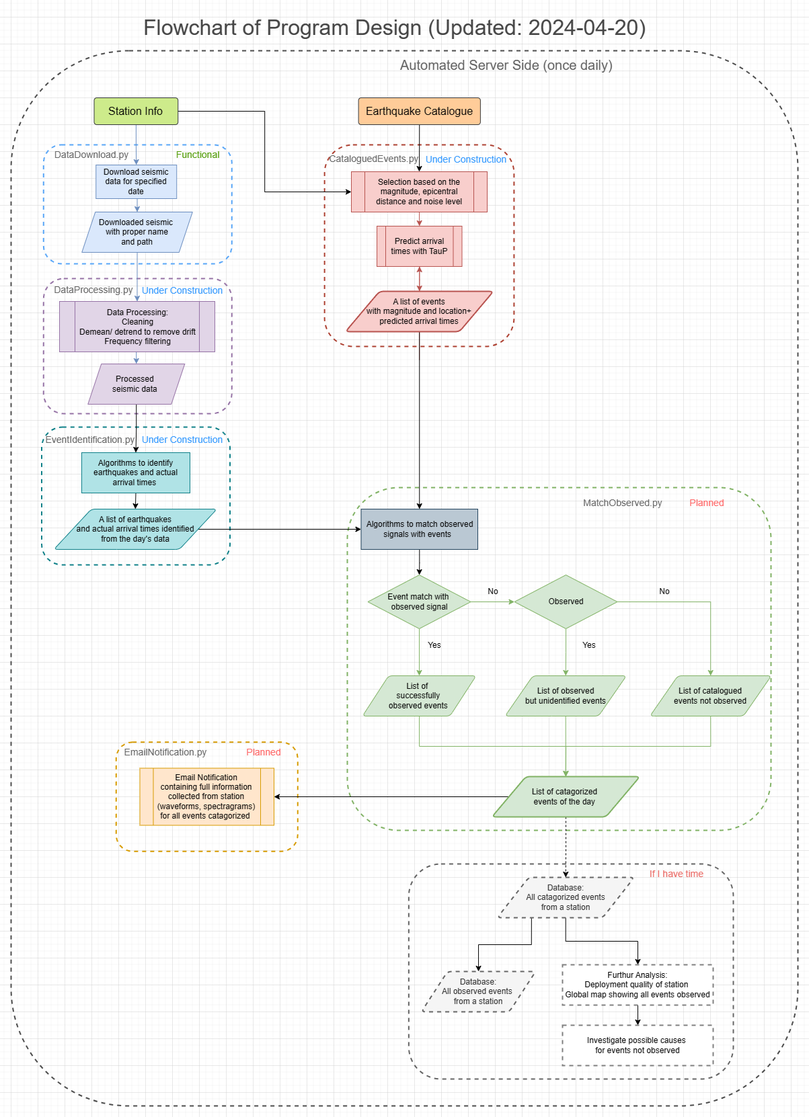
The draw.io diagram Flowchart.drawio.png in QingyuanZhangTony/Earthquake-Identification-And-Notification, before a commit. Source tidied: cells renumbered, new cells last; positions are measured from the earlier drawing's top-left corner, leaving out a move shared by most shapes.
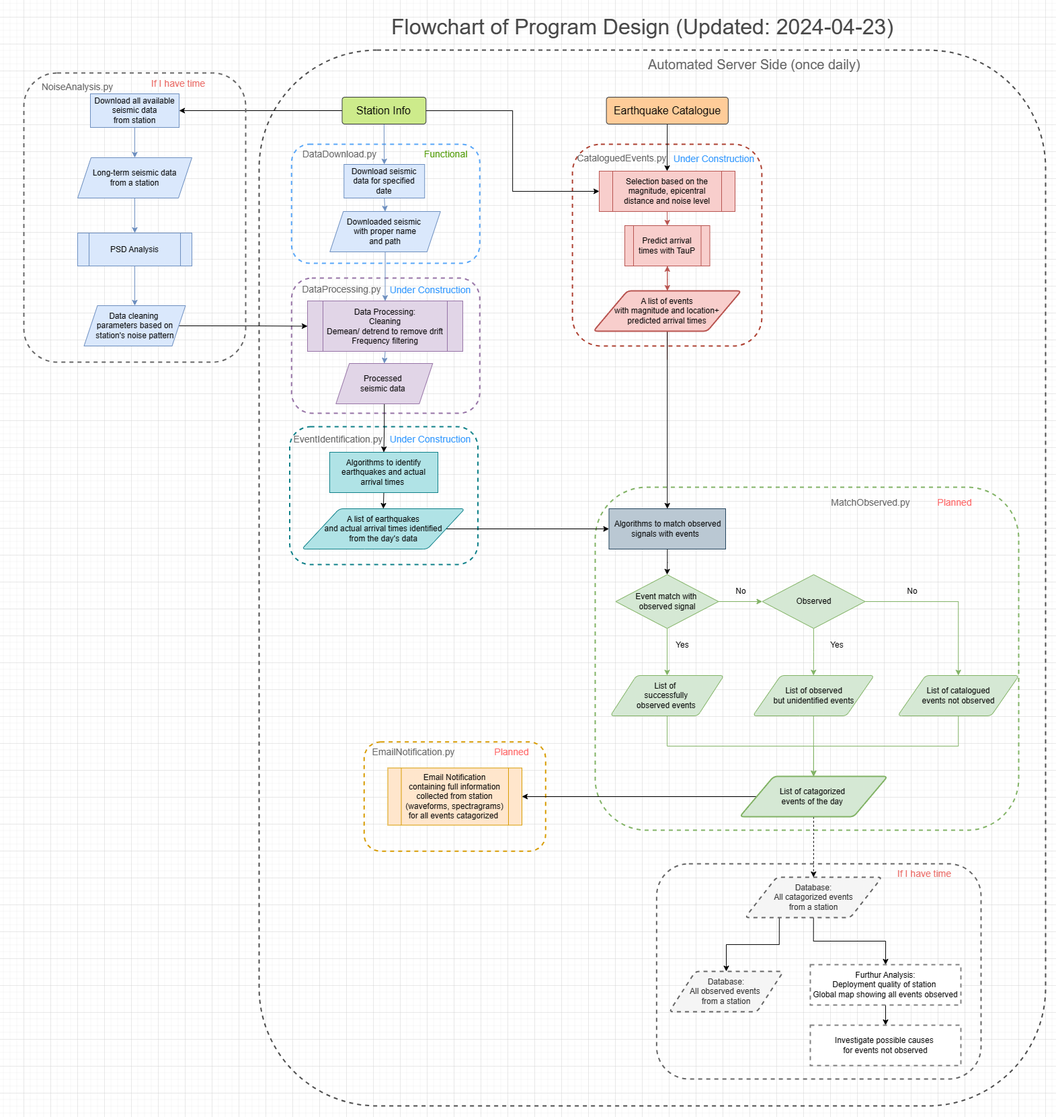
After the change.

What changed in the source:
```diff
@@ -166,7 +166,7 @@
     <mxCell id="55" value="&lt;font color=&quot;#666666&quot; style=&quot;font-size: 14px;&quot;&gt;CataloguedEvents.py&lt;/font&gt;" style="text;html=1;align=center;verticalAlign=middle;whiteSpace=wrap;rounded=0;" parent="1" vertex="1">
       <mxGeometry x="440" y="206" width="200" height="30" as="geometry" />
     </mxCell>
-    <mxCell id="56" value="&lt;h1 style=&quot;margin-top: 0px;&quot;&gt;&lt;font color=&quot;#474747&quot; size=&quot;1&quot;&gt;&lt;span style=&quot;font-weight: 400; font-size: 32px;&quot;&gt;Flowchart of Program Design (Updated: 2024-04-20)&lt;/span&gt;&lt;/font&gt;&lt;/h1&gt;" style="text;html=1;whiteSpace=wrap;overflow=hidden;rounded=0;" parent="1" vertex="1">
+    <mxCell id="56" value="&lt;h1 style=&quot;margin-top: 0px;&quot;&gt;&lt;font color=&quot;#474747&quot; size=&quot;1&quot;&gt;&lt;span style=&quot;font-weight: 400; font-size: 32px;&quot;&gt;Flowchart of Program Design (Updated: 2024-04-23)&lt;/span&gt;&lt;/font&gt;&lt;/h1&gt;" style="text;html=1;whiteSpace=wrap;overflow=hidden;rounded=0;" parent="1" vertex="1">
       <mxGeometry x="195" width="795" height="50" as="geometry" />
     </mxCell>
     <mxCell id="57" value="&lt;font color=&quot;#3399ff&quot; style=&quot;font-size: 14px;&quot;&gt;Under Construction&lt;/font&gt;" style="text;html=1;align=center;verticalAlign=middle;whiteSpace=wrap;rounded=0;" parent="1" vertex="1">
@@ -178,6 +178,9 @@
     <mxCell id="59" style="edgeStyle=orthogonalEdgeStyle;rounded=0;jettySize=auto;html=1;entryX=0;entryY=0.5;entryDx=0;entryDy=0;" parent="1" edge="1" source="60" target="12">
       <mxGeometry relative="1" as="geometry" />
     </mxCell>
+    <mxCell id="78" style="edgeStyle=orthogonalEdgeStyle;rounded=0;jettySize=auto;html=1;exitX=0;exitY=0.5;exitDx=0;exitDy=0;entryX=1;entryY=0.5;entryDx=0;entryDy=0;" parent="1" edge="1" source="60" target="82">
+      <mxGeometry relative="1" as="geometry" />
+    </mxCell>
     <mxCell id="60" value="&lt;font style=&quot;font-size: 16px;&quot;&gt;Station Info&lt;/font&gt;" style="rounded=1;arcSize=10;whiteSpace=wrap;html=1;align=center;fillColor=#cdeb8b;strokeColor=#36393d;" parent="1" vertex="1">
       <mxGeometry x="123.5" y="130" width="124.8" height="40" as="geometry" />
     </mxCell>
@@ -232,5 +235,38 @@
     <mxCell id="77" value="&lt;font color=&quot;#ea6b66&quot; style=&quot;font-size: 14px;&quot;&gt;If I have time&lt;/font&gt;" style="text;html=1;align=center;verticalAlign=middle;whiteSpace=wrap;rounded=0;" parent="1" vertex="1">
       <mxGeometry x="890" y="1270" width="200" height="30" as="geometry" />
     </mxCell>
+    <mxCell id="79" style="edgeStyle=orthogonalEdgeStyle;rounded=0;jettySize=auto;html=1;exitX=1;exitY=0.5;exitDx=0;exitDy=0;entryX=0;entryY=0.5;entryDx=0;entryDy=0;" parent="1" edge="1" source="88" target="23">
+      <mxGeometry relative="1" as="geometry" />
+    </mxCell>
+    <mxCell id="80" style="rounded=1;whiteSpace=wrap;html=1;fillColor=none;dashed=1;strokeWidth=2;strokeColor=#666666;" parent="1" vertex="1">
+      <mxGeometry x="-350" y="94" width="330" height="430" as="geometry" />
+    </mxCell>
+    <mxCell id="81" style="edgeStyle=orthogonalEdgeStyle;rounded=0;jettySize=auto;html=1;exitX=0.5;exitY=1;exitDx=0;exitDy=0;entryX=0.5;entryY=0;entryDx=0;entryDy=0;fillColor=#dae8fc;strokeColor=#6c8ebf;" parent="1" edge="1" source="82" target="84">
+      <mxGeometry relative="1" as="geometry" />
+    </mxCell>
+    <mxCell id="82" value="Download all available seismic data&lt;div&gt;from station&lt;/div&gt;" style="rounded=0;whiteSpace=wrap;html=1;fillColor=#dae8fc;strokeColor=#6c8ebf;" parent="1" vertex="1">
+      <mxGeometry x="-251" y="125" width="132" height="50" as="geometry" />
+    </mxCell>
+    <mxCell id="83" style="edgeStyle=orthogonalEdgeStyle;rounded=0;jettySize=auto;html=1;exitX=0.5;exitY=1;exitDx=0;exitDy=0;entryX=0.5;entryY=0;entryDx=0;entryDy=0;fillColor=#dae8fc;strokeColor=#6c8ebf;" parent="1" edge="1" source="84" target="87">
+      <mxGeometry relative="1" as="geometry" />
+    </mxCell>
+    <mxCell id="84" value="Long-term seismic data&lt;div&gt;from a station&lt;/div&gt;" style="shape=parallelogram;perimeter=parallelogramPerimeter;whiteSpace=wrap;html=1;fixedSize=1;fillColor=#dae8fc;strokeColor=#6c8ebf;" parent="1" vertex="1">
+      <mxGeometry x="-270" y="220" width="170" height="60" as="geometry" />
+    </mxCell>
+    <mxCell id="85" value="&lt;font color=&quot;#666666&quot; style=&quot;font-size: 14px;&quot;&gt;NoiseAnalysis&lt;/font&gt;&lt;span style=&quot;font-size: 14px; color: rgb(102, 102, 102); background-color: initial;&quot;&gt;.py&lt;/span&gt;" style="text;html=1;align=center;verticalAlign=middle;whiteSpace=wrap;rounded=0;" parent="1" vertex="1">
+      <mxGeometry x="-370" y="100" width="200" height="30" as="geometry" />
+    </mxCell>
+    <mxCell id="86" style="edgeStyle=orthogonalEdgeStyle;rounded=0;jettySize=auto;html=1;exitX=0.5;exitY=1;exitDx=0;exitDy=0;entryX=0.5;entryY=0;entryDx=0;entryDy=0;fillColor=#dae8fc;strokeColor=#6c8ebf;" parent="1" edge="1" source="87" target="88">
+      <mxGeometry relative="1" as="geometry" />
+    </mxCell>
+    <mxCell id="87" value="PSD Analysis" style="shape=process;whiteSpace=wrap;html=1;backgroundOutline=1;fillColor=#dae8fc;strokeColor=#6c8ebf;" parent="1" vertex="1">
+      <mxGeometry x="-270" y="332" width="170" height="49" as="geometry" />
+    </mxCell>
+    <mxCell id="88" value="Data cleaning&amp;nbsp;&lt;div&gt;parameters based on station's noise pattern&lt;/div&gt;" style="shape=parallelogram;perimeter=parallelogramPerimeter;whiteSpace=wrap;html=1;fixedSize=1;fillColor=#dae8fc;strokeColor=#6c8ebf;" parent="1" vertex="1">
+      <mxGeometry x="-260.5" y="440" width="151" height="60" as="geometry" />
+    </mxCell>
+    <mxCell id="89" value="&lt;font color=&quot;#ea6b66&quot; style=&quot;font-size: 14px;&quot;&gt;If I have time&lt;/font&gt;" style="text;html=1;align=center;verticalAlign=middle;whiteSpace=wrap;rounded=0;" parent="1" vertex="1">
+      <mxGeometry x="-220" y="95" width="200" height="30" as="geometry" />
+    </mxCell>
   </root>
 </mxGraphModel>
```
